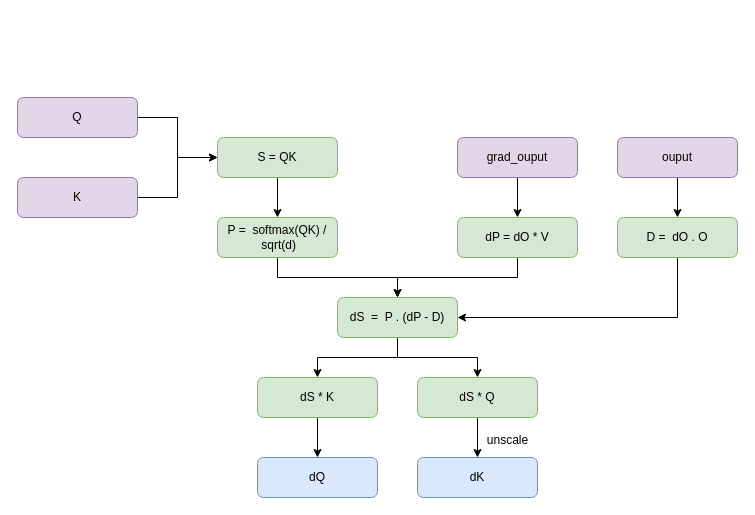
nkzwchen/notebooks keeps this draw.io diagram as flashAttention_Backward.drawio. Above is the earlier version. Source tidied: cells renumbered, new cells numbered last; positions are measured from the earlier drawing's top-left corner, leaving out a move shared by most shapes. Both pictures are drawn from the tidied source at 100%, with x=0, y=0 at pixel (17, 97).
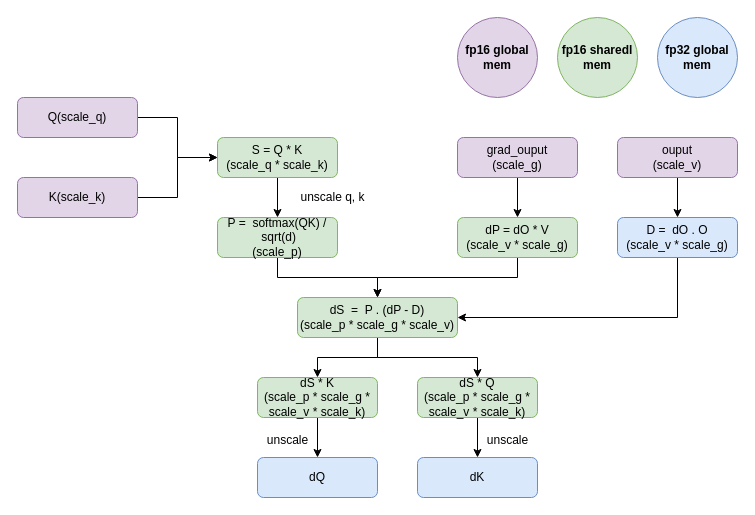
The same page after the edit.

Change to the diagram source:
```diff
@@
-    <mxCell id="3" value="Q" style="rounded=1;whiteSpace=wrap;html=1;fillColor=#e1d5e7;strokeColor=#9673a6;" parent="1" vertex="1">
+    <mxCell id="3" value="Q(scale_q)" style="rounded=1;whiteSpace=wrap;html=1;fillColor=#e1d5e7;strokeColor=#9673a6;" parent="1" vertex="1">
       <mxGeometry width="120" height="40" as="geometry" />
     </mxCell>
@@
-    <mxCell id="5" value="K" style="rounded=1;whiteSpace=wrap;html=1;fillColor=#e1d5e7;strokeColor=#9673a6;" parent="1" vertex="1">
+    <mxCell id="5" value="K(scale_k)" style="rounded=1;whiteSpace=wrap;html=1;fillColor=#e1d5e7;strokeColor=#9673a6;" parent="1" vertex="1">
       <mxGeometry y="80" width="120" height="40" as="geometry" />
     </mxCell>
@@
-    <mxCell id="7" value="S = QK" style="rounded=1;whiteSpace=wrap;html=1;fillColor=#d5e8d4;strokeColor=#82b366;" parent="1" vertex="1">
+    <mxCell id="7" value="S = Q * K&lt;br&gt;(scale_q * scale_k)" style="rounded=1;whiteSpace=wrap;html=1;fillColor=#d5e8d4;strokeColor=#82b366;" parent="1" vertex="1">
       <mxGeometry x="200" y="40" width="120" height="40" as="geometry" />
     </mxCell>
@@
-    <mxCell id="9" value="P = &amp;nbsp;softmax(QK) / &amp;nbsp;sqrt(d)" style="rounded=1;whiteSpace=wrap;html=1;fillColor=#d5e8d4;strokeColor=#82b366;" parent="1" vertex="1">
+    <mxCell id="9" value="P = &amp;nbsp;softmax(QK) / &amp;nbsp;sqrt(d)&lt;br&gt;(scale_p)" style="rounded=1;whiteSpace=wrap;html=1;fillColor=#d5e8d4;strokeColor=#82b366;" parent="1" vertex="1">
       <mxGeometry x="200" y="120" width="120" height="40" as="geometry" />
     </mxCell>
@@
-    <mxCell id="11" value="grad_ouput" style="rounded=1;whiteSpace=wrap;html=1;fillColor=#e1d5e7;strokeColor=#9673a6;" parent="1" vertex="1">
+    <mxCell id="11" value="grad_ouput&lt;br&gt;(scale_g)" style="rounded=1;whiteSpace=wrap;html=1;fillColor=#e1d5e7;strokeColor=#9673a6;" parent="1" vertex="1">
       <mxGeometry x="440" y="40" width="120" height="40" as="geometry" />
     </mxCell>
@@
-    <mxCell id="13" value="ouput" style="rounded=1;whiteSpace=wrap;html=1;fillColor=#e1d5e7;strokeColor=#9673a6;" parent="1" vertex="1">
+    <mxCell id="13" value="ouput&lt;br&gt;(scale_v)" style="rounded=1;whiteSpace=wrap;html=1;fillColor=#e1d5e7;strokeColor=#9673a6;" parent="1" vertex="1">
       <mxGeometry x="600" y="40" width="120" height="40" as="geometry" />
     </mxCell>
@@
-    <mxCell id="15" value="D = &amp;nbsp;dO . O" style="rounded=1;whiteSpace=wrap;html=1;fillColor=#d5e8d4;strokeColor=#82b366;" parent="1" vertex="1">
+    <mxCell id="15" value="D = &amp;nbsp;dO . O&lt;br&gt;(scale_v * scale_g)" style="rounded=1;whiteSpace=wrap;html=1;fillColor=#dae8fc;strokeColor=#6c8ebf;" parent="1" vertex="1">
       <mxGeometry x="600" y="120" width="120" height="40" as="geometry" />
     </mxCell>
@@
-    <mxCell id="17" value="dP = dO * V" style="rounded=1;whiteSpace=wrap;html=1;fillColor=#d5e8d4;strokeColor=#82b366;" parent="1" vertex="1">
+    <mxCell id="17" value="dP = dO * V&lt;br&gt;(scale_v * scale_g)" style="rounded=1;whiteSpace=wrap;html=1;fillColor=#d5e8d4;strokeColor=#82b366;" parent="1" vertex="1">
       <mxGeometry x="440" y="120" width="120" height="40" as="geometry" />
     </mxCell>
@@
-    <mxCell id="20" value="dS &amp;nbsp;= &amp;nbsp;P . (dP - D)" style="rounded=1;whiteSpace=wrap;html=1;fillColor=#d5e8d4;strokeColor=#82b366;" parent="1" vertex="1">
-      <mxGeometry x="320" y="200" width="120" height="40" as="geometry" />
+    <mxCell id="20" value="dS &amp;nbsp;= &amp;nbsp;P . (dP - D)&lt;br&gt;(scale_p * scale_g * scale_v)" style="rounded=1;whiteSpace=wrap;html=1;fillColor=#d5e8d4;strokeColor=#82b366;" parent="1" vertex="1">
+      <mxGeometry x="280" y="200" width="160" height="40" as="geometry" />
     </mxCell>
@@
-    <mxCell id="22" value="dS * K" style="whiteSpace=wrap;html=1;fillColor=#d5e8d4;strokeColor=#82b366;rounded=1;" parent="1" vertex="1">
+    <mxCell id="22" value="dS * K&lt;br&gt;(scale_p * scale_g * scale_v * scale_k)" style="whiteSpace=wrap;html=1;fillColor=#d5e8d4;strokeColor=#82b366;rounded=1;" parent="1" vertex="1">
       <mxGeometry x="240" y="280" width="120" height="40" as="geometry" />
     </mxCell>
@@
-    <mxCell id="24" value="dS * Q" style="whiteSpace=wrap;html=1;fillColor=#d5e8d4;strokeColor=#82b366;rounded=1;" parent="1" vertex="1">
+    <mxCell id="24" value="dS * Q&lt;br&gt;(scale_p * scale_g * scale_v * scale_k)" style="whiteSpace=wrap;html=1;fillColor=#d5e8d4;strokeColor=#82b366;rounded=1;" parent="1" vertex="1">
       <mxGeometry x="400" y="280" width="120" height="40" as="geometry" />
     </mxCell>
@@
+    <mxCell id="28" value="unscale" style="text;html=1;align=center;verticalAlign=middle;strokeColor=none;fillColor=none;" parent="1" vertex="1">
+      <mxGeometry x="240" y="328" width="60" height="30" as="geometry" />
+    </mxCell>
+    <mxCell id="29" value="unscale q, k" style="text;html=1;align=center;verticalAlign=middle;strokeColor=none;fillColor=none;" parent="1" vertex="1">
+      <mxGeometry x="270" y="85" width="90" height="30" as="geometry" />
+    </mxCell>
+    <mxCell id="30" value="&lt;b style=&quot;border-color: var(--border-color);&quot;&gt;fp16 global mem&lt;/b&gt;" style="ellipse;whiteSpace=wrap;html=1;fillColor=#e1d5e7;strokeColor=#9673a6;" parent="1" vertex="1">
+      <mxGeometry x="440" y="-80" width="80" height="80" as="geometry" />
+    </mxCell>
+    <mxCell id="31" value="&lt;b style=&quot;border-color: var(--border-color);&quot;&gt;fp16 sharedl mem&lt;/b&gt;" style="ellipse;whiteSpace=wrap;html=1;fillColor=#d5e8d4;strokeColor=#82b366;" parent="1" vertex="1">
+      <mxGeometry x="540" y="-80" width="80" height="80" as="geometry" />
+    </mxCell>
+    <mxCell id="32" value="&lt;b style=&quot;border-color: var(--border-color);&quot;&gt;fp32 global mem&lt;/b&gt;" style="ellipse;whiteSpace=wrap;html=1;fillColor=#dae8fc;strokeColor=#6c8ebf;" parent="1" vertex="1">
+      <mxGeometry x="640" y="-80" width="80" height="80" as="geometry" />
+    </mxCell>
```
